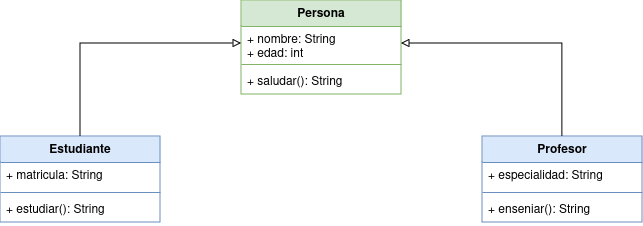
Before: images/diagrama-clases.png, a diagram exported from draw.io (alvarogrlp/gestion-academica). Source tidied: cells renumbered, new cells last; positions are measured from the earlier drawing's top-left corner, leaving out a move shared by most shapes.
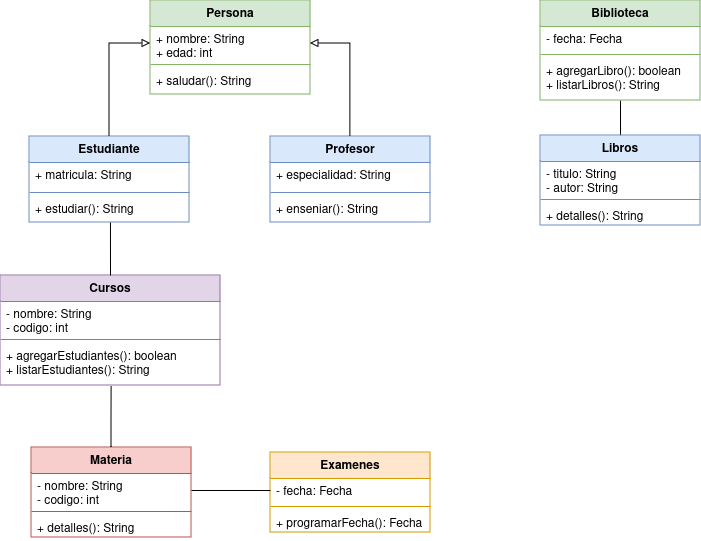
After the change.

What changed in the source:
```diff
@@ -3,7 +3,7 @@
     <mxCell id="0" />
     <mxCell id="1" parent="0" />
     <mxCell id="2" value="&lt;div&gt;Persona&lt;/div&gt;&lt;div&gt;&lt;br&gt;&lt;/div&gt;" style="swimlane;fontStyle=1;align=center;verticalAlign=top;horizontal=1;startSize=26;whiteSpace=wrap;html=1;fillColor=#d5e8d4;strokeColor=#82b366;" parent="1" vertex="1">
-      <mxGeometry x="241" width="160" height="94" as="geometry" />
+      <mxGeometry x="121" width="160" height="94" as="geometry" />
     </mxCell>
     <mxCell id="3" value="&lt;div&gt;+ nombre: String&lt;/div&gt;&lt;div&gt;+ edad: int&lt;br&gt;&lt;/div&gt;" style="text;strokeColor=none;fillColor=none;align=left;verticalAlign=top;spacingLeft=4;spacingRight=4;overflow=hidden;points=[[0,0.5],[1,0.5]];portConstraint=eastwest;whiteSpace=wrap;html=1;" parent="2" vertex="1">
       <mxGeometry y="26" width="160" height="34" as="geometry" />
@@ -33,7 +33,7 @@
       <mxGeometry relative="1" as="geometry" />
     </mxCell>
     <mxCell id="12" value="Profesor" style="swimlane;fontStyle=1;align=center;verticalAlign=top;horizontal=1;startSize=26;whiteSpace=wrap;html=1;fillColor=#dae8fc;strokeColor=#6c8ebf;" parent="1" vertex="1">
-      <mxGeometry x="482" y="136" width="160" height="86" as="geometry" />
+      <mxGeometry x="241" y="136" width="160" height="86" as="geometry" />
     </mxCell>
     <mxCell id="13" value="+ especialidad: String" style="text;align=left;verticalAlign=top;spacingLeft=4;spacingRight=4;overflow=hidden;whiteSpace=wrap;html=1;" parent="12" vertex="1">
       <mxGeometry y="26" width="160" height="26" as="geometry" />
@@ -44,5 +44,77 @@
     <mxCell id="15" value="+ enseniar(): String" style="text;strokeColor=none;fillColor=none;align=left;verticalAlign=top;spacingLeft=4;spacingRight=4;overflow=hidden;whiteSpace=wrap;html=1;" parent="12" vertex="1">
       <mxGeometry y="60" width="160" height="26" as="geometry" />
     </mxCell>
+    <mxCell id="16" value="Cursos" style="swimlane;fontStyle=1;align=center;verticalAlign=top;horizontal=1;startSize=26;whiteSpace=wrap;html=1;fillColor=#e1d5e7;strokeColor=#9673a6;" parent="1" vertex="1">
+      <mxGeometry x="-29" y="275" width="220" height="110" as="geometry" />
+    </mxCell>
+    <mxCell id="17" value="&lt;div&gt;- nombre: String&lt;/div&gt;&lt;div&gt;- codigo: int&lt;br&gt;&lt;/div&gt;" style="text;strokeColor=none;fillColor=none;align=left;verticalAlign=top;spacingLeft=4;spacingRight=4;overflow=hidden;whiteSpace=wrap;html=1;" parent="16" vertex="1">
+      <mxGeometry y="26" width="220" height="34" as="geometry" />
+    </mxCell>
+    <mxCell id="18" style="line;strokeWidth=1;fillColor=none;align=left;verticalAlign=middle;spacingTop=-1;spacingLeft=3;spacingRight=3;labelPosition=right;strokeColor=inherit;" parent="16" vertex="1">
+      <mxGeometry y="60" width="220" height="8" as="geometry" />
+    </mxCell>
+    <mxCell id="19" value="&lt;div&gt;+ agregarEstudiantes(): boolean&lt;br&gt;&lt;/div&gt;&lt;div&gt;+ listarEstudiantes(): String &lt;br&gt;&lt;/div&gt;" style="text;strokeColor=none;fillColor=none;align=left;verticalAlign=top;spacingLeft=4;spacingRight=4;overflow=hidden;points=[[0,0.5],[1,0.5]];portConstraint=eastwest;whiteSpace=wrap;html=1;" parent="16" vertex="1">
+      <mxGeometry y="68" width="220" height="42" as="geometry" />
+    </mxCell>
+    <mxCell id="20" value="Materia" style="swimlane;fontStyle=1;align=center;verticalAlign=top;horizontal=1;startSize=26;whiteSpace=wrap;html=1;fillColor=#f8cecc;strokeColor=#b85450;" parent="1" vertex="1">
+      <mxGeometry x="2" y="447" width="160" height="90" as="geometry" />
+    </mxCell>
+    <mxCell id="21" value="&lt;div&gt;- nombre: String&lt;/div&gt;&lt;div&gt;- codigo: int&lt;br&gt;&lt;/div&gt;" style="text;align=left;verticalAlign=top;spacingLeft=4;spacingRight=4;overflow=hidden;points=[[0,0.5],[1,0.5]];portConstraint=eastwest;whiteSpace=wrap;html=1;" parent="20" vertex="1">
+      <mxGeometry y="26" width="160" height="34" as="geometry" />
+    </mxCell>
+    <mxCell id="22" style="line;strokeWidth=1;fillColor=none;align=left;verticalAlign=middle;spacingTop=-1;spacingLeft=3;spacingRight=3;labelPosition=right;strokeColor=inherit;" parent="20" vertex="1">
+      <mxGeometry y="60" width="160" height="8" as="geometry" />
+    </mxCell>
+    <mxCell id="23" value="+ detalles(): String" style="text;strokeColor=none;fillColor=none;align=left;verticalAlign=top;spacingLeft=4;spacingRight=4;overflow=hidden;whiteSpace=wrap;html=1;" parent="20" vertex="1">
+      <mxGeometry y="68" width="160" height="22" as="geometry" />
+    </mxCell>
+    <mxCell id="24" value="Examenes" style="swimlane;fontStyle=1;align=center;verticalAlign=top;horizontal=1;startSize=26;whiteSpace=wrap;html=1;fillColor=#ffe6cc;strokeColor=#d79b00;" parent="1" vertex="1">
+      <mxGeometry x="241" y="452" width="160" height="80" as="geometry" />
+    </mxCell>
+    <mxCell id="25" value="- fecha: Fecha" style="text;strokeColor=none;fillColor=none;align=left;verticalAlign=top;spacingLeft=4;spacingRight=4;overflow=hidden;points=[[0,0.5],[1,0.5]];portConstraint=eastwest;whiteSpace=wrap;html=1;" parent="24" vertex="1">
+      <mxGeometry y="26" width="160" height="24" as="geometry" />
+    </mxCell>
+    <mxCell id="26" style="line;strokeWidth=1;fillColor=none;align=left;verticalAlign=middle;spacingTop=-1;spacingLeft=3;spacingRight=3;labelPosition=right;strokeColor=inherit;" parent="24" vertex="1">
+      <mxGeometry y="50" width="160" height="8" as="geometry" />
+    </mxCell>
+    <mxCell id="27" value="+ programarFecha(): Fecha" style="text;strokeColor=none;fillColor=none;align=left;verticalAlign=top;spacingLeft=4;spacingRight=4;overflow=hidden;whiteSpace=wrap;html=1;" parent="24" vertex="1">
+      <mxGeometry y="58" width="160" height="22" as="geometry" />
+    </mxCell>
+    <mxCell id="28" style="edgeStyle=orthogonalEdgeStyle;rounded=0;jettySize=auto;html=1;exitX=0.5;exitY=1;exitDx=0;exitDy=0;entryX=0.5;entryY=0;entryDx=0;entryDy=0;endArrow=none;endFill=0;" parent="1" edge="1" source="29" target="33">
+      <mxGeometry relative="1" as="geometry" />
+    </mxCell>
+    <mxCell id="29" value="Biblioteca" style="swimlane;fontStyle=1;align=center;verticalAlign=top;horizontal=1;startSize=26;whiteSpace=wrap;html=1;fillColor=#d5e8d4;strokeColor=#82b366;" parent="1" vertex="1">
+      <mxGeometry x="511" width="160" height="100" as="geometry" />
+    </mxCell>
+    <mxCell id="30" value="- fecha: Fecha" style="text;strokeColor=none;fillColor=none;align=left;verticalAlign=top;spacingLeft=4;spacingRight=4;overflow=hidden;whiteSpace=wrap;html=1;" parent="29" vertex="1">
+      <mxGeometry y="26" width="160" height="24" as="geometry" />
+    </mxCell>
+    <mxCell id="31" style="line;strokeWidth=1;fillColor=none;align=left;verticalAlign=middle;spacingTop=-1;spacingLeft=3;spacingRight=3;labelPosition=right;strokeColor=inherit;" parent="29" vertex="1">
+      <mxGeometry y="50" width="160" height="8" as="geometry" />
+    </mxCell>
+    <mxCell id="32" value="&lt;div&gt;+ agregarLibro(): boolean&lt;br&gt;&lt;/div&gt;&lt;div&gt;+ listarLibros(): String &lt;br&gt;&lt;/div&gt;" style="text;strokeColor=none;fillColor=none;align=left;verticalAlign=top;spacingLeft=4;spacingRight=4;overflow=hidden;whiteSpace=wrap;html=1;" parent="29" vertex="1">
+      <mxGeometry y="58" width="160" height="42" as="geometry" />
+    </mxCell>
+    <mxCell id="33" value="Libros" style="swimlane;fontStyle=1;align=center;verticalAlign=top;horizontal=1;startSize=26;whiteSpace=wrap;html=1;fillColor=#dae8fc;strokeColor=#6c8ebf;" parent="1" vertex="1">
+      <mxGeometry x="511" y="135" width="160" height="90" as="geometry" />
+    </mxCell>
+    <mxCell id="34" value="&lt;div&gt;- titulo: String&lt;/div&gt;&lt;div&gt;- autor: String&lt;br&gt;&lt;/div&gt;" style="text;strokeColor=none;fillColor=none;align=left;verticalAlign=top;spacingLeft=4;spacingRight=4;overflow=hidden;whiteSpace=wrap;html=1;" parent="33" vertex="1">
+      <mxGeometry y="26" width="160" height="34" as="geometry" />
+    </mxCell>
+    <mxCell id="35" style="line;strokeWidth=1;fillColor=none;align=left;verticalAlign=middle;spacingTop=-1;spacingLeft=3;spacingRight=3;labelPosition=right;strokeColor=inherit;" parent="33" vertex="1">
+      <mxGeometry y="60" width="160" height="8" as="geometry" />
+    </mxCell>
+    <mxCell id="36" value="+ detalles(): String" style="text;strokeColor=none;fillColor=none;align=left;verticalAlign=top;spacingLeft=4;spacingRight=4;overflow=hidden;whiteSpace=wrap;html=1;" parent="33" vertex="1">
+      <mxGeometry y="68" width="160" height="22" as="geometry" />
+    </mxCell>
+    <mxCell id="37" style="edgeStyle=orthogonalEdgeStyle;rounded=0;jettySize=auto;html=1;exitX=0.5;exitY=0;exitDx=0;exitDy=0;entryX=0.506;entryY=1;entryDx=0;entryDy=0;entryPerimeter=0;endArrow=none;endFill=0;" parent="1" edge="1" source="16" target="10">
+      <mxGeometry relative="1" as="geometry" />
+    </mxCell>
+    <mxCell id="38" style="edgeStyle=orthogonalEdgeStyle;rounded=0;jettySize=auto;html=1;exitX=0.5;exitY=0;exitDx=0;exitDy=0;entryX=0.505;entryY=1.024;entryDx=0;entryDy=0;entryPerimeter=0;endArrow=none;endFill=0;" parent="1" edge="1" source="20" target="19">
+      <mxGeometry relative="1" as="geometry" />
+    </mxCell>
+    <mxCell id="39" style="edgeStyle=orthogonalEdgeStyle;rounded=0;jettySize=auto;html=1;exitX=1;exitY=0.5;exitDx=0;exitDy=0;entryX=0;entryY=0.5;entryDx=0;entryDy=0;endArrow=none;endFill=0;" parent="1" edge="1" source="21" target="25">
+      <mxGeometry relative="1" as="geometry" />
+    </mxCell>
   </root>
 </mxGraphModel>
```
